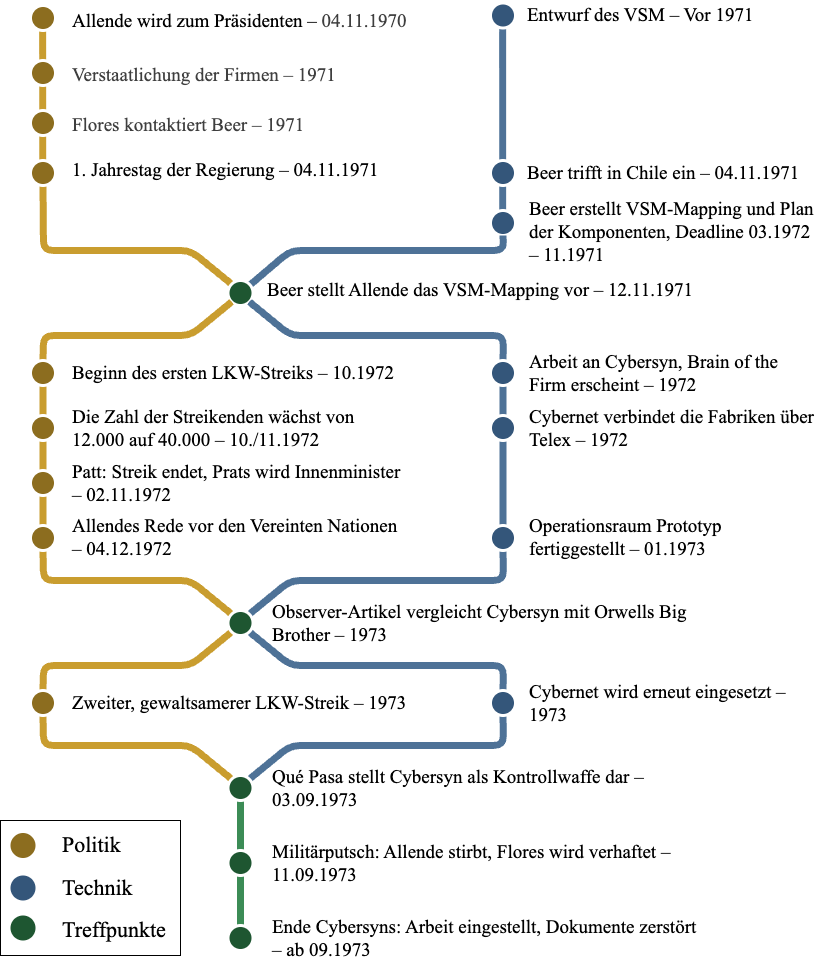
Above: abbildungen/zeitstarhl.png in LevinTheDoctor/fom-typst-template (draw.io), before the change. Source tidied: cells renumbered, new cells last; positions are measured from the earlier drawing's top-left corner, leaving out a move shared by most shapes.
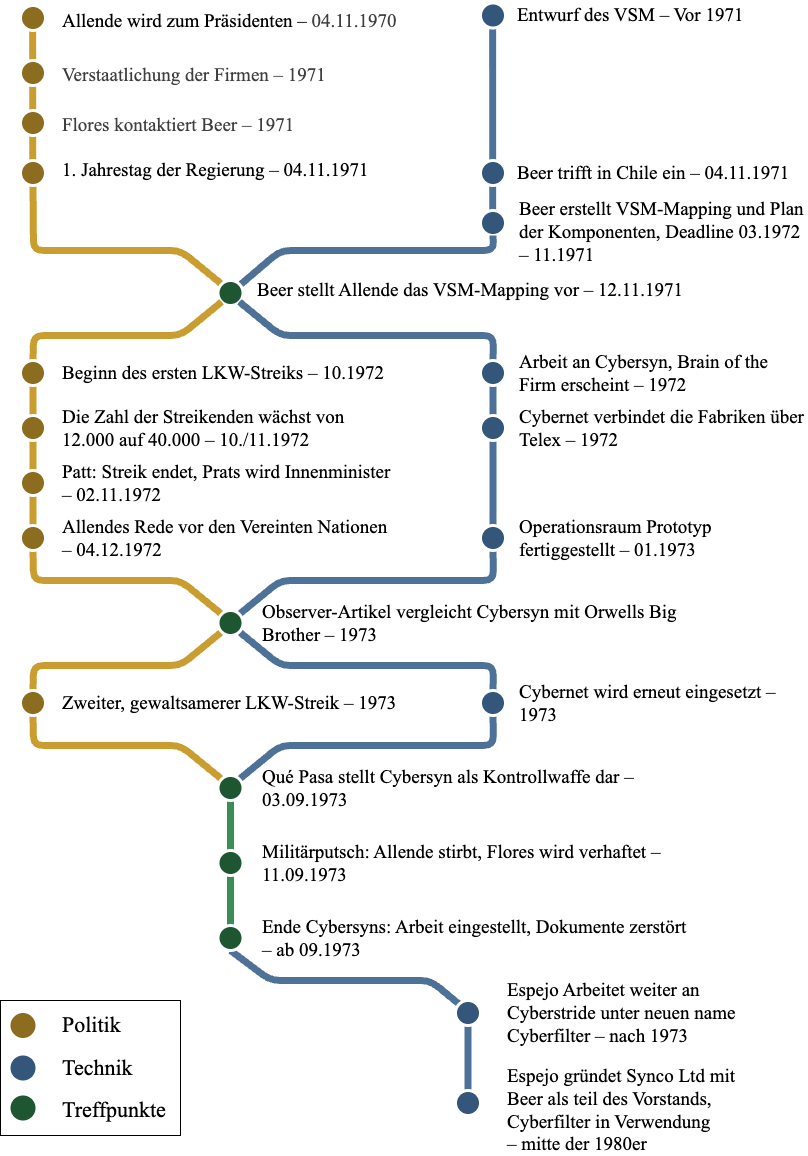
The same file after the commit.

Diff of the diagram source:
```diff
@@ -9,22 +9,22 @@
       </mxGeometry>
     </mxCell>
     <mxCell id="3" style="ellipse;whiteSpace=wrap;html=1;strokeColor=none;fillColor=#8C6D1F;strokeWidth=3;" parent="1" vertex="1">
-      <mxGeometry x="10" y="832.5" width="25" height="25" as="geometry" />
+      <mxGeometry x="20" y="1012.5" width="25" height="25" as="geometry" />
     </mxCell>
     <mxCell id="4" style="ellipse;whiteSpace=wrap;html=1;strokeColor=none;fillColor=#34567A;" parent="1" vertex="1">
-      <mxGeometry x="10" y="875" width="25" height="25" as="geometry" />
+      <mxGeometry x="20" y="1055" width="25" height="25" as="geometry" />
     </mxCell>
     <mxCell id="5" style="ellipse;whiteSpace=wrap;html=1;strokeColor=none;fillColor=#1E5631;" parent="1" vertex="1">
-      <mxGeometry x="10" y="915" width="25" height="25" as="geometry" />
+      <mxGeometry x="20" y="1095" width="25" height="25" as="geometry" />
     </mxCell>
     <mxCell id="6" value="&lt;font style=&quot;font-size: 22px;&quot; face=&quot;Times New Roman&quot;&gt;Politik&lt;/font&gt;" style="text;html=1;align=left;verticalAlign=middle;whiteSpace=wrap;rounded=0;" parent="1" vertex="1">
-      <mxGeometry x="60" y="828.8" width="90" height="32.5" as="geometry" />
+      <mxGeometry x="70" y="1008.8" width="90" height="32.5" as="geometry" />
     </mxCell>
     <mxCell id="7" value="&lt;font style=&quot;font-size: 22px;&quot; face=&quot;Times New Roman&quot;&gt;Technik&lt;/font&gt;" style="text;html=1;align=left;verticalAlign=middle;whiteSpace=wrap;rounded=0;" parent="1" vertex="1">
-      <mxGeometry x="60" y="867.5" width="90" height="40" as="geometry" />
+      <mxGeometry x="70" y="1047.5" width="90" height="40" as="geometry" />
     </mxCell>
     <mxCell id="8" value="&lt;font style=&quot;font-size: 22px;&quot; face=&quot;Times New Roman&quot;&gt;Treffpunkte&lt;/font&gt;" style="text;html=1;align=left;verticalAlign=middle;whiteSpace=wrap;rounded=0;" parent="1" vertex="1">
-      <mxGeometry x="60" y="910" width="130" height="40" as="geometry" />
+      <mxGeometry x="70" y="1090" width="130" height="40" as="geometry" />
     </mxCell>
     <mxCell id="9" value="&lt;font style=&quot;font-size: 19px;&quot;&gt;&lt;font style=&quot;&quot; face=&quot;Times New Roman&quot;&gt;Allende wird zum Präsidenten –&amp;nbsp;&lt;/font&gt;&lt;span style=&quot;color: rgb(63, 63, 63); font-family: &amp;quot;Times New Roman&amp;quot;; background-color: transparent;&quot;&gt;04.11.1970&lt;/span&gt;&lt;/font&gt;" style="text;html=1;align=left;verticalAlign=middle;whiteSpace=wrap;rounded=0;" parent="1" vertex="1">
       <mxGeometry x="70" y="5" width="340" height="30" as="geometry" />
@@ -214,6 +214,14 @@
     <mxCell id="50" style="ellipse;whiteSpace=wrap;html=1;strokeColor=#FFFFFF;fillColor=#1E5631;strokeWidth=3;" parent="1" vertex="1">
       <mxGeometry x="227.5" y="850" width="25" height="25" as="geometry" />
     </mxCell>
+    <mxCell id="66" style="edgeStyle=none;html=1;exitX=0.5;exitY=1;exitDx=0;exitDy=0;entryX=0;entryY=0;entryDx=0;entryDy=0;endArrow=none;endFill=0;strokeWidth=7;strokeColor=light-dark(#4e7297, #ededed);" parent="1" edge="1" source="51" target="68">
+      <mxGeometry relative="1" as="geometry">
+        <Array as="points">
+          <mxPoint x="280" y="980" />
+          <mxPoint x="440" y="980" />
+        </Array>
+      </mxGeometry>
+    </mxCell>
     <mxCell id="51" style="ellipse;whiteSpace=wrap;html=1;strokeColor=#FFFFFF;fillColor=#1E5631;strokeWidth=3;" parent="1" vertex="1">
       <mxGeometry x="227.5" y="925" width="25" height="25" as="geometry" />
     </mxCell>
@@ -257,7 +265,22 @@
       <mxGeometry x="270" y="917.5" width="430" height="40" as="geometry" />
     </mxCell>
     <mxCell id="65" style="rounded=0;whiteSpace=wrap;html=1;fillColor=none;" parent="1" vertex="1">
-      <mxGeometry y="820" width="180" height="135" as="geometry" />
+      <mxGeometry x="10" y="1000" width="180" height="135" as="geometry" />
     </mxCell>
+    <mxCell id="67" style="edgeStyle=none;html=1;exitX=0.5;exitY=1;exitDx=0;exitDy=0;endArrow=none;endFill=0;strokeWidth=7;strokeColor=light-dark(#4e7297, #8eabca);" parent="1" edge="1" source="68" target="70">
+      <mxGeometry relative="1" as="geometry" />
+    </mxCell>
+    <mxCell id="68" style="ellipse;whiteSpace=wrap;html=1;strokeColor=#FFFFFF;fillColor=#34567A;strokeWidth=3;" parent="1" vertex="1">
+      <mxGeometry x="465" y="1000" width="25" height="25" as="geometry" />
+    </mxCell>
+    <mxCell id="69" value="&lt;div style=&quot;&quot;&gt;&lt;font face=&quot;Times New Roman&quot;&gt;&lt;span style=&quot;font-size: 19px;&quot;&gt;Espejo Arbeitet weiter an Cyberstride unter neuen name Cyberfilter – nach 1973&lt;/span&gt;&lt;/font&gt;&lt;/div&gt;" style="text;html=1;align=left;verticalAlign=middle;whiteSpace=wrap;rounded=0;" parent="1" vertex="1">
+      <mxGeometry x="515" y="992.5" width="285" height="40" as="geometry" />
+    </mxCell>
+    <mxCell id="70" style="ellipse;whiteSpace=wrap;html=1;strokeColor=#FFFFFF;fillColor=#34567A;strokeWidth=3;" parent="1" vertex="1">
+      <mxGeometry x="465" y="1090" width="25" height="25" as="geometry" />
+    </mxCell>
+    <mxCell id="71" value="&lt;div style=&quot;&quot;&gt;&lt;font face=&quot;Times New Roman&quot;&gt;&lt;span style=&quot;font-size: 19px;&quot;&gt;Espejo gründet Synco Ltd mit Beer als teil des Vorstands, Cyberfilter in Verwendung&amp;nbsp;&lt;/span&gt;&lt;/font&gt;&lt;/div&gt;&lt;div style=&quot;&quot;&gt;&lt;font face=&quot;Times New Roman&quot;&gt;&lt;span style=&quot;font-size: 19px;&quot;&gt;– mitte der 1980er&amp;nbsp;&amp;nbsp;&lt;/span&gt;&lt;/font&gt;&lt;/div&gt;" style="text;html=1;align=left;verticalAlign=middle;whiteSpace=wrap;rounded=0;" parent="1" vertex="1">
+      <mxGeometry x="515" y="1090" width="235" height="40" as="geometry" />
+    </mxCell>
   </root>
 </mxGraphModel>
```
